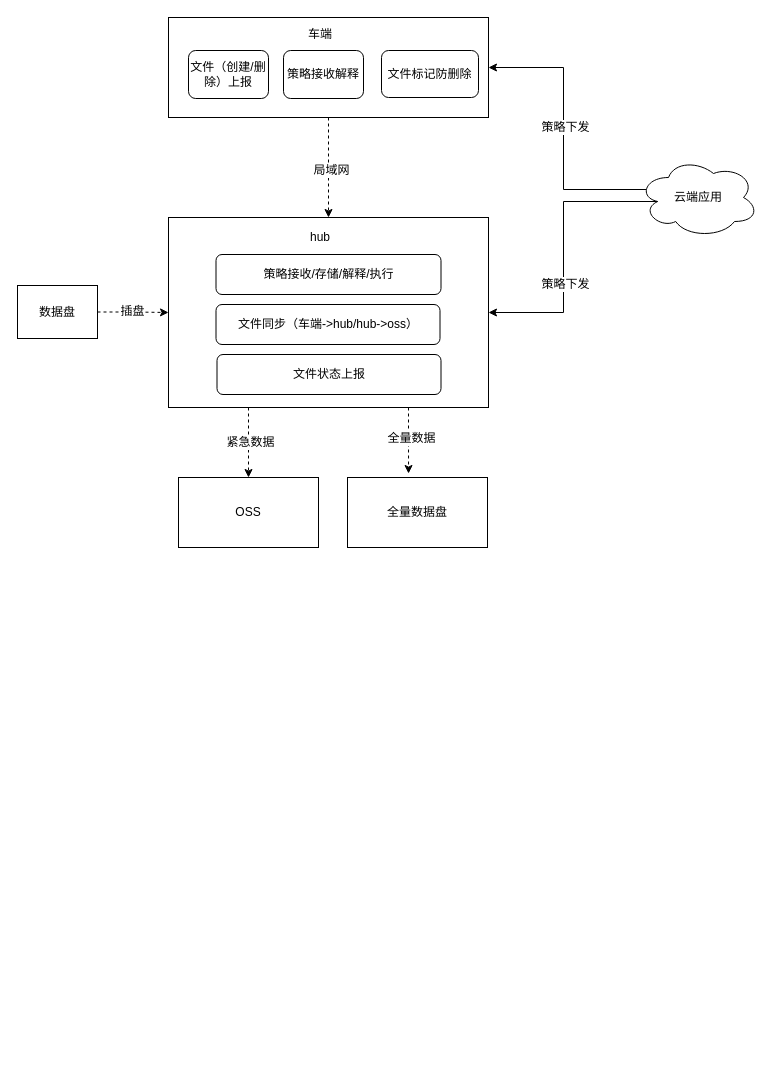
This is 数据采集设计.drawio from DengrongGuan12/draw.io, a draw.io file, before an edit. Source tidied: cells renumbered, new cells numbered last; positions are measured from the earlier drawing's top-left corner, leaving out a move shared by most shapes. Both pictures are drawn from the tidied source at 100%, with x=0, y=0 at pixel (17, 17).
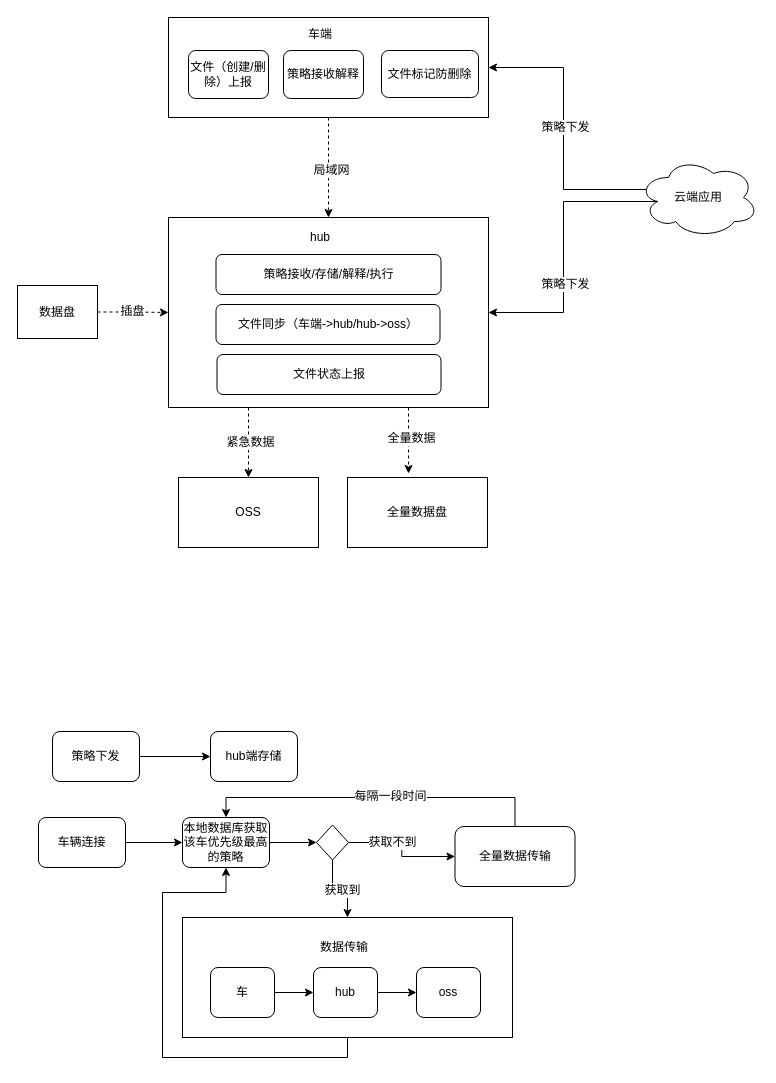
The same page after the edit.

Commit message:
Update 数据采集设计.drawio

Diff of the diagram source:
```diff
@@
+    <mxCell id="28" style="edgeStyle=orthogonalEdgeStyle;rounded=0;jettySize=auto;html=1;" parent="1" edge="1" source="29" target="30">
+      <mxGeometry relative="1" as="geometry" />
+    </mxCell>
+    <mxCell id="29" value="策略下发" style="rounded=1;whiteSpace=wrap;html=1;" parent="1" vertex="1">
+      <mxGeometry x="35" y="714" width="87" height="50" as="geometry" />
+    </mxCell>
+    <mxCell id="30" value="hub端存储" style="rounded=1;whiteSpace=wrap;html=1;" parent="1" vertex="1">
+      <mxGeometry x="193" y="714" width="87" height="50" as="geometry" />
+    </mxCell>
+    <mxCell id="31" style="edgeStyle=orthogonalEdgeStyle;rounded=0;jettySize=auto;html=1;" parent="1" edge="1" source="32" target="34">
+      <mxGeometry relative="1" as="geometry" />
+    </mxCell>
+    <mxCell id="32" value="车辆连接" style="rounded=1;whiteSpace=wrap;html=1;" parent="1" vertex="1">
+      <mxGeometry x="21" y="800" width="87" height="50" as="geometry" />
+    </mxCell>
+    <mxCell id="33" style="edgeStyle=orthogonalEdgeStyle;rounded=0;jettySize=auto;html=1;entryX=0;entryY=0.5;entryDx=0;entryDy=0;" parent="1" edge="1" source="34" target="39">
+      <mxGeometry relative="1" as="geometry" />
+    </mxCell>
+    <mxCell id="34" value="本地数据库获取该车优先级最高的策略" style="rounded=1;whiteSpace=wrap;html=1;" parent="1" vertex="1">
+      <mxGeometry x="165" y="800" width="87" height="50" as="geometry" />
+    </mxCell>
+    <mxCell id="35" style="edgeStyle=orthogonalEdgeStyle;rounded=0;jettySize=auto;html=1;entryX=0;entryY=0.5;entryDx=0;entryDy=0;" parent="1" edge="1" source="39" target="50">
+      <mxGeometry relative="1" as="geometry" />
+    </mxCell>
+    <mxCell id="36" value="获取不到" style="text;html=1;align=center;verticalAlign=middle;labelBackgroundColor=#ffffff;" parent="35" vertex="1">
+      <mxGeometry x="-0.28" y="1" relative="1" as="geometry" />
+    </mxCell>
+    <mxCell id="37" style="edgeStyle=orthogonalEdgeStyle;rounded=0;jettySize=auto;html=1;entryX=0.5;entryY=0;entryDx=0;entryDy=0;" parent="1" edge="1" source="39" target="41">
+      <mxGeometry relative="1" as="geometry" />
+    </mxCell>
+    <mxCell id="38" value="获取到" style="text;html=1;align=center;verticalAlign=middle;labelBackgroundColor=#ffffff;" parent="37" vertex="1">
+      <mxGeometry x="0.04" y="-1" relative="1" as="geometry" />
+    </mxCell>
+    <mxCell id="39" style="rhombus;whiteSpace=wrap;html=1;" parent="1" vertex="1">
+      <mxGeometry x="299" y="807.5" width="32" height="35" as="geometry" />
+    </mxCell>
+    <mxCell id="40" style="edgeStyle=orthogonalEdgeStyle;rounded=0;jettySize=auto;html=1;exitX=0.5;exitY=1;exitDx=0;exitDy=0;entryX=0.5;entryY=1;entryDx=0;entryDy=0;" parent="1" edge="1" source="41" target="34">
+      <mxGeometry relative="1" as="geometry" />
+    </mxCell>
+    <mxCell id="41" style="rounded=0;whiteSpace=wrap;html=1;" parent="1" vertex="1">
+      <mxGeometry x="165" y="900" width="330" height="120" as="geometry" />
+    </mxCell>
+    <mxCell id="42" style="edgeStyle=orthogonalEdgeStyle;rounded=0;jettySize=auto;html=1;exitX=1;exitY=0.5;exitDx=0;exitDy=0;entryX=0;entryY=0.5;entryDx=0;entryDy=0;" parent="1" edge="1" source="43" target="45">
+      <mxGeometry relative="1" as="geometry" />
+    </mxCell>
+    <mxCell id="43" value="车" style="rounded=1;whiteSpace=wrap;html=1;" parent="1" vertex="1">
+      <mxGeometry x="193" y="950" width="64" height="50" as="geometry" />
+    </mxCell>
+    <mxCell id="44" style="edgeStyle=orthogonalEdgeStyle;rounded=0;jettySize=auto;html=1;" parent="1" edge="1" source="45" target="46">
+      <mxGeometry relative="1" as="geometry" />
+    </mxCell>
+    <mxCell id="45" value="hub" style="rounded=1;whiteSpace=wrap;html=1;" parent="1" vertex="1">
+      <mxGeometry x="296" y="950" width="64" height="50" as="geometry" />
+    </mxCell>
+    <mxCell id="46" value="oss" style="rounded=1;whiteSpace=wrap;html=1;" parent="1" vertex="1">
+      <mxGeometry x="399" y="950" width="64" height="50" as="geometry" />
+    </mxCell>
+    <mxCell id="47" value="数据传输" style="text;html=1;strokeColor=none;fillColor=none;align=center;verticalAlign=middle;whiteSpace=wrap;rounded=0;" parent="1" vertex="1">
+      <mxGeometry x="297" y="920" width="60" height="20" as="geometry" />
+    </mxCell>
+    <mxCell id="48" style="edgeStyle=orthogonalEdgeStyle;rounded=0;jettySize=auto;html=1;entryX=0.5;entryY=0;entryDx=0;entryDy=0;exitX=0.5;exitY=0;exitDx=0;exitDy=0;" parent="1" edge="1" source="50" target="34">
+      <mxGeometry relative="1" as="geometry" />
+    </mxCell>
+    <mxCell id="49" value="每隔一段时间" style="text;html=1;align=center;verticalAlign=middle;labelBackgroundColor=#ffffff;" parent="48" vertex="1">
+      <mxGeometry x="-0.09" y="3" relative="1" as="geometry">
+        <mxPoint y="-5" as="offset" />
+      </mxGeometry>
+    </mxCell>
+    <mxCell id="50" value="全量数据传输" style="rounded=1;whiteSpace=wrap;html=1;" parent="1" vertex="1">
+      <mxGeometry x="437.5" y="809" width="120" height="60" as="geometry" />
+    </mxCell>
```
